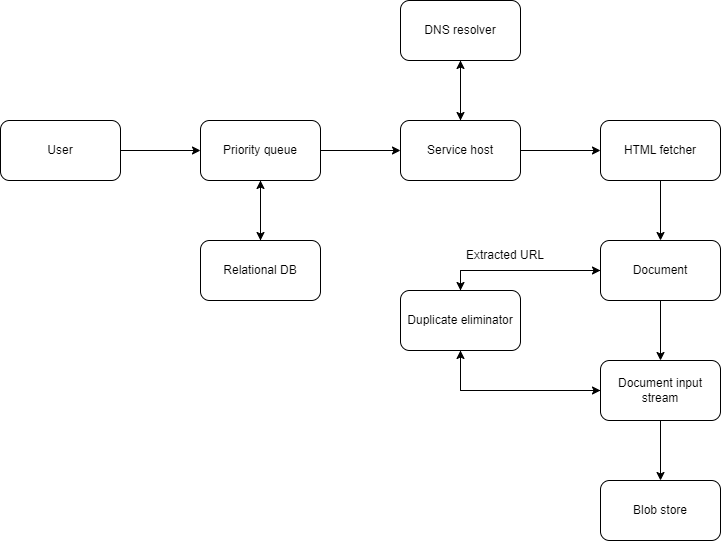
Earlier version of the draw.io export img/system-design/web-crawler1.png (riehseun/riehseun.github.io). Source tidied: cells renumbered, new cells last; positions are measured from the earlier drawing's top-left corner, leaving out a move shared by most shapes.
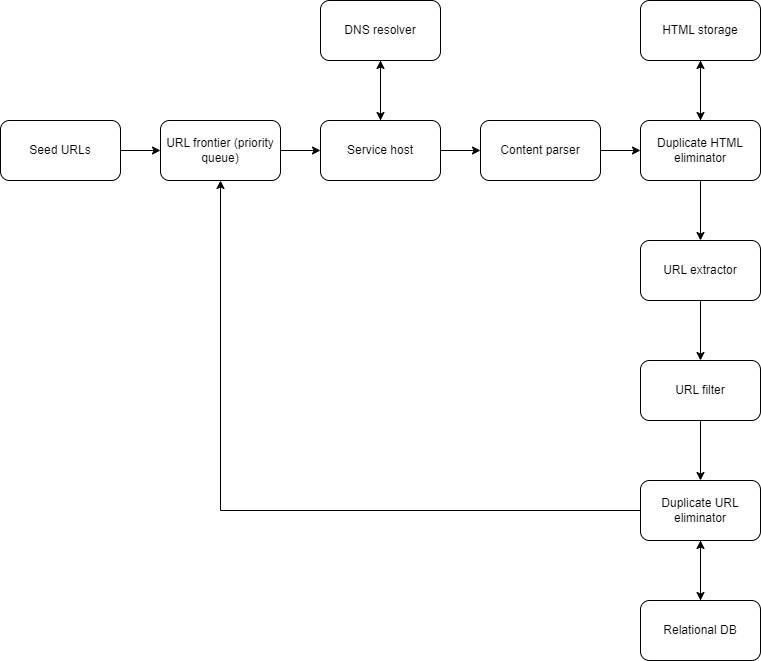
Above is the later version.

The edit, as a diff of the source:
```diff
@@ -5,23 +5,20 @@
     <mxCell id="2" style="edgeStyle=orthogonalEdgeStyle;rounded=0;jettySize=auto;html=1;exitX=1;exitY=0.5;exitDx=0;exitDy=0;entryX=0;entryY=0.5;entryDx=0;entryDy=0;" parent="1" edge="1" source="3" target="6">
       <mxGeometry relative="1" as="geometry" />
     </mxCell>
-    <mxCell id="3" value="User" style="rounded=1;whiteSpace=wrap;html=1;" parent="1" vertex="1">
-      <mxGeometry y="120" width="120" height="60" as="geometry" />
+    <mxCell id="3" value="Seed URLs" style="rounded=1;whiteSpace=wrap;html=1;" parent="1" vertex="1">
+      <mxGeometry x="-40" y="120" width="120" height="60" as="geometry" />
     </mxCell>
-    <mxCell id="4" style="edgeStyle=orthogonalEdgeStyle;rounded=0;jettySize=auto;html=1;exitX=0.5;exitY=1;exitDx=0;exitDy=0;entryX=0.5;entryY=0;entryDx=0;entryDy=0;" parent="1" edge="1" source="6" target="15">
-      <mxGeometry relative="1" as="geometry" />
-    </mxCell>
     <mxCell id="5" style="edgeStyle=orthogonalEdgeStyle;rounded=0;jettySize=auto;html=1;exitX=1;exitY=0.5;exitDx=0;exitDy=0;entryX=0;entryY=0.5;entryDx=0;entryDy=0;" parent="1" edge="1" source="6" target="11">
       <mxGeometry relative="1" as="geometry" />
     </mxCell>
-    <mxCell id="6" value="Priority queue" style="rounded=1;whiteSpace=wrap;html=1;" parent="1" vertex="1">
-      <mxGeometry x="200" y="120" width="120" height="60" as="geometry" />
+    <mxCell id="6" value="URL frontier (priority queue)" style="rounded=1;whiteSpace=wrap;html=1;" parent="1" vertex="1">
+      <mxGeometry x="120" y="120" width="120" height="60" as="geometry" />
     </mxCell>
     <mxCell id="7" style="edgeStyle=orthogonalEdgeStyle;rounded=0;jettySize=auto;html=1;exitX=0.5;exitY=1;exitDx=0;exitDy=0;" parent="1" edge="1" source="8" target="11">
       <mxGeometry relative="1" as="geometry" />
     </mxCell>
     <mxCell id="8" value="DNS resolver" style="rounded=1;whiteSpace=wrap;html=1;" parent="1" vertex="1">
-      <mxGeometry x="400" width="120" height="60" as="geometry" />
+      <mxGeometry x="280" width="120" height="60" as="geometry" />
     </mxCell>
     <mxCell id="9" style="edgeStyle=orthogonalEdgeStyle;rounded=0;jettySize=auto;html=1;exitX=1;exitY=0.5;exitDx=0;exitDy=0;entryX=0;entryY=0.5;entryDx=0;entryDy=0;" parent="1" edge="1" source="11" target="13">
       <mxGeometry relative="1" as="geometry" />
@@ -30,52 +27,55 @@
       <mxGeometry relative="1" as="geometry" />
     </mxCell>
     <mxCell id="11" value="Service host" style="rounded=1;whiteSpace=wrap;html=1;" parent="1" vertex="1">
-      <mxGeometry x="400" y="120" width="120" height="60" as="geometry" />
+      <mxGeometry x="280" y="120" width="120" height="60" as="geometry" />
     </mxCell>
-    <mxCell id="12" style="edgeStyle=orthogonalEdgeStyle;rounded=0;jettySize=auto;html=1;exitX=0.5;exitY=1;exitDx=0;exitDy=0;entryX=0.5;entryY=0;entryDx=0;entryDy=0;" parent="1" edge="1" source="13" target="18">
+    <mxCell id="12" style="edgeStyle=orthogonalEdgeStyle;rounded=0;jettySize=auto;html=1;exitX=1;exitY=0.5;exitDx=0;exitDy=0;entryX=0;entryY=0.5;entryDx=0;entryDy=0;" parent="1" edge="1" source="13" target="18">
       <mxGeometry relative="1" as="geometry" />
     </mxCell>
-    <mxCell id="13" value="HTML fetcher" style="rounded=1;whiteSpace=wrap;html=1;" parent="1" vertex="1">
-      <mxGeometry x="600" y="120" width="120" height="60" as="geometry" />
+    <mxCell id="13" value="Content parser" style="rounded=1;whiteSpace=wrap;html=1;" parent="1" vertex="1">
+      <mxGeometry x="440" y="120" width="120" height="60" as="geometry" />
     </mxCell>
-    <mxCell id="14" style="edgeStyle=orthogonalEdgeStyle;rounded=0;jettySize=auto;html=1;exitX=0.5;exitY=0;exitDx=0;exitDy=0;entryX=0.5;entryY=1;entryDx=0;entryDy=0;" parent="1" edge="1" source="15" target="6">
-      <mxGeometry relative="1" as="geometry" />
-    </mxCell>
+    <mxCell id="27" style="edgeStyle=orthogonalEdgeStyle;rounded=0;jettySize=auto;html=1;exitX=0.5;exitY=1;exitDx=0;exitDy=0;entryX=0.5;entryY=0;entryDx=0;entryDy=0;" parent="1" edge="1" source="15" target="18">
+      <mxGeometry relative="1" as="geometry" />
+    </mxCell>
-    <mxCell id="15" value="Relational DB" style="rounded=1;whiteSpace=wrap;html=1;" parent="1" vertex="1">
-      <mxGeometry x="200" y="240" width="120" height="60" as="geometry" />
+    <mxCell id="15" value="HTML storage" style="rounded=1;whiteSpace=wrap;html=1;" parent="1" vertex="1">
+      <mxGeometry x="600" width="120" height="60" as="geometry" />
     </mxCell>
+    <mxCell id="28" style="edgeStyle=orthogonalEdgeStyle;rounded=0;jettySize=auto;html=1;exitX=0.5;exitY=0;exitDx=0;exitDy=0;entryX=0.5;entryY=1;entryDx=0;entryDy=0;" parent="1" edge="1" source="18" target="15">
+      <mxGeometry relative="1" as="geometry" />
+    </mxCell>
-    <mxCell id="16" style="edgeStyle=orthogonalEdgeStyle;rounded=0;jettySize=auto;html=1;exitX=0.5;exitY=1;exitDx=0;exitDy=0;" parent="1" edge="1" source="18" target="21">
+    <mxCell id="16" style="edgeStyle=orthogonalEdgeStyle;rounded=0;jettySize=auto;html=1;exitX=0.5;exitY=1;exitDx=0;exitDy=0;entryX=0.5;entryY=0;entryDx=0;entryDy=0;" parent="1" edge="1" source="18" target="21">
       <mxGeometry relative="1" as="geometry" />
     </mxCell>
-    <mxCell id="17" style="edgeStyle=orthogonalEdgeStyle;rounded=0;jettySize=auto;html=1;exitX=0;exitY=0.5;exitDx=0;exitDy=0;entryX=0.5;entryY=0;entryDx=0;entryDy=0;" parent="1" edge="1" source="18" target="25">
-      <mxGeometry relative="1" as="geometry" />
-    </mxCell>
-    <mxCell id="18" value="Document" style="rounded=1;whiteSpace=wrap;html=1;" parent="1" vertex="1">
-      <mxGeometry x="600" y="240" width="120" height="60" as="geometry" />
+    <mxCell id="18" value="Duplicate HTML eliminator" style="rounded=1;whiteSpace=wrap;html=1;" parent="1" vertex="1">
+      <mxGeometry x="600" y="120" width="120" height="60" as="geometry" />
     </mxCell>
-    <mxCell id="19" style="edgeStyle=orthogonalEdgeStyle;rounded=0;jettySize=auto;html=1;exitX=0.5;exitY=1;exitDx=0;exitDy=0;entryX=0.5;entryY=0;entryDx=0;entryDy=0;" parent="1" edge="1" source="21" target="22">
-      <mxGeometry relative="1" as="geometry" />
-    </mxCell>
-    <mxCell id="20" style="edgeStyle=orthogonalEdgeStyle;rounded=0;jettySize=auto;html=1;exitX=0;exitY=0.5;exitDx=0;exitDy=0;entryX=0.5;entryY=1;entryDx=0;entryDy=0;" parent="1" edge="1" source="21" target="25">
+    <mxCell id="20" style="edgeStyle=orthogonalEdgeStyle;rounded=0;jettySize=auto;html=1;exitX=0.5;exitY=1;exitDx=0;exitDy=0;entryX=0.5;entryY=0;entryDx=0;entryDy=0;" parent="1" edge="1" source="21" target="25">
       <mxGeometry relative="1" as="geometry" />
     </mxCell>
-    <mxCell id="21" value="Document input stream" style="rounded=1;whiteSpace=wrap;html=1;" parent="1" vertex="1">
-      <mxGeometry x="600" y="360" width="120" height="60" as="geometry" />
+    <mxCell id="21" value="URL extractor" style="rounded=1;whiteSpace=wrap;html=1;" parent="1" vertex="1">
+      <mxGeometry x="600" y="240" width="120" height="60" as="geometry" />
     </mxCell>
+    <mxCell id="29" style="edgeStyle=orthogonalEdgeStyle;rounded=0;jettySize=auto;html=1;exitX=0;exitY=0.5;exitDx=0;exitDy=0;entryX=0.5;entryY=1;entryDx=0;entryDy=0;" parent="1" edge="1" source="22" target="6">
+      <mxGeometry relative="1" as="geometry" />
+    </mxCell>
+    <mxCell id="30" style="edgeStyle=orthogonalEdgeStyle;rounded=0;jettySize=auto;html=1;exitX=0.5;exitY=1;exitDx=0;exitDy=0;entryX=0.5;entryY=0;entryDx=0;entryDy=0;" parent="1" edge="1" source="22" target="33">
+      <mxGeometry relative="1" as="geometry" />
+    </mxCell>
-    <mxCell id="22" value="Blob store" style="rounded=1;whiteSpace=wrap;html=1;" parent="1" vertex="1">
+    <mxCell id="22" value="Duplicate URL eliminator" style="rounded=1;whiteSpace=wrap;html=1;" parent="1" vertex="1">
       <mxGeometry x="600" y="480" width="120" height="60" as="geometry" />
     </mxCell>
-    <mxCell id="23" style="edgeStyle=orthogonalEdgeStyle;rounded=0;jettySize=auto;html=1;exitX=0.5;exitY=0;exitDx=0;exitDy=0;" parent="1" edge="1" source="25" target="18">
-      <mxGeometry relative="1" as="geometry" />
-    </mxCell>
-    <mxCell id="24" style="edgeStyle=orthogonalEdgeStyle;rounded=0;jettySize=auto;html=1;exitX=0.5;exitY=1;exitDx=0;exitDy=0;entryX=0;entryY=0.5;entryDx=0;entryDy=0;" parent="1" edge="1" source="25" target="21">
-      <mxGeometry relative="1" as="geometry" />
-    </mxCell>
+    <mxCell id="31" style="edgeStyle=orthogonalEdgeStyle;rounded=0;jettySize=auto;html=1;exitX=0.5;exitY=1;exitDx=0;exitDy=0;" parent="1" edge="1" source="25" target="22">
+      <mxGeometry relative="1" as="geometry" />
+    </mxCell>
-    <mxCell id="25" value="Duplicate eliminator" style="rounded=1;whiteSpace=wrap;html=1;" parent="1" vertex="1">
-      <mxGeometry x="400" y="290" width="120" height="60" as="geometry" />
+    <mxCell id="25" value="URL filter" style="rounded=1;whiteSpace=wrap;html=1;" parent="1" vertex="1">
+      <mxGeometry x="600" y="360" width="120" height="60" as="geometry" />
     </mxCell>
-    <mxCell id="26" value="Extracted URL" style="text;html=1;strokeColor=none;fillColor=none;align=center;verticalAlign=middle;whiteSpace=wrap;rounded=0;" parent="1" vertex="1">
-      <mxGeometry x="460" y="240" width="90" height="30" as="geometry" />
-    </mxCell>
+    <mxCell id="32" style="edgeStyle=orthogonalEdgeStyle;rounded=0;jettySize=auto;html=1;exitX=0.5;exitY=0;exitDx=0;exitDy=0;entryX=0.5;entryY=1;entryDx=0;entryDy=0;" parent="1" edge="1" source="33" target="22">
+      <mxGeometry relative="1" as="geometry" />
+    </mxCell>
+    <mxCell id="33" value="Relational DB" style="rounded=1;whiteSpace=wrap;html=1;" parent="1" vertex="1">
+      <mxGeometry x="600" y="600" width="120" height="60" as="geometry" />
+    </mxCell>
   </root>
 </mxGraphModel>
```
